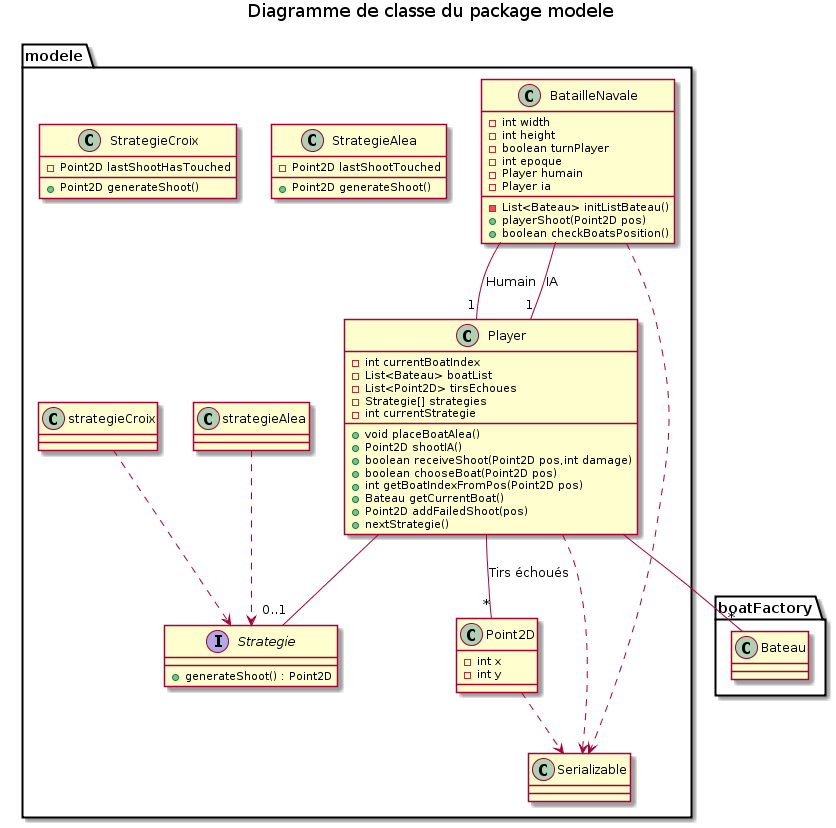
This is conception/final/diag_classe_package_modele.png from AntoineCourtil/CAD2018_Laraclette, a PlantUML export, as it was before one commit.
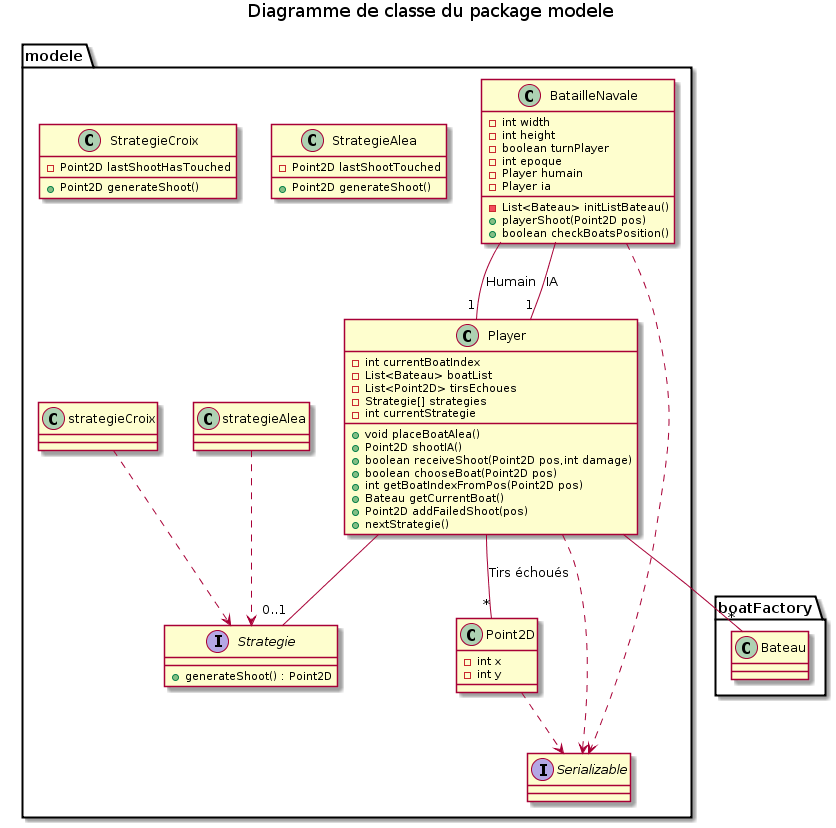
Later version of the same file.

What changed in the source:
```diff
@@ -38,6 +38,8 @@
 
     }
 
+    Interface Serializable
+
     Interface Strategie {
         + generateShoot() : Point2D
     }
```
